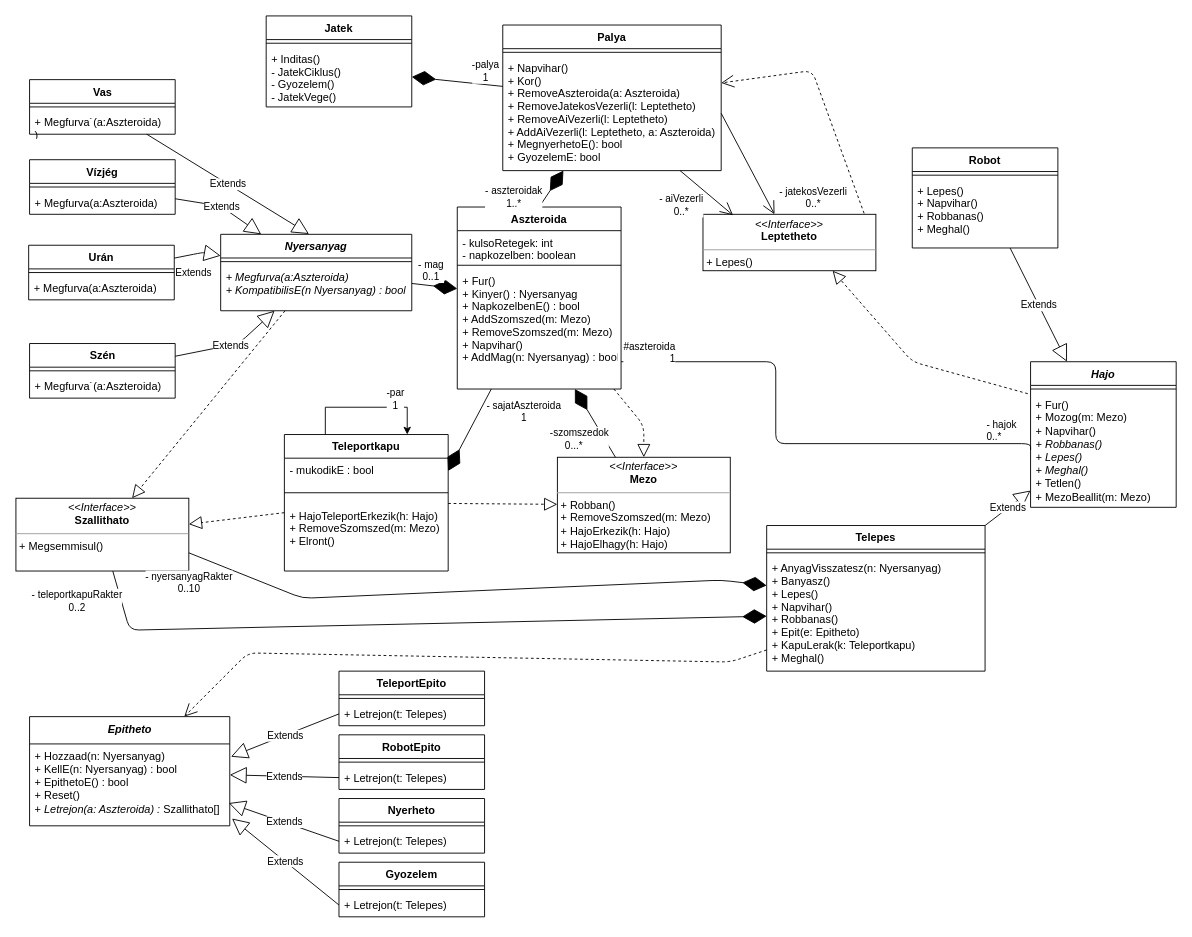
Before: page "Page-1" (1 of 2) of doc/uml/class.drawio in torpeBoiGo/aszteroidabanyaszat, a draw.io diagram. Source tidied: cells renumbered, new cells numbered last; positions are measured from the earlier drawing's top-left corner, leaving out a move shared by most shapes. Both pictures are drawn from the tidied source at 91%, with x=0, y=0 at pixel (15, 15).
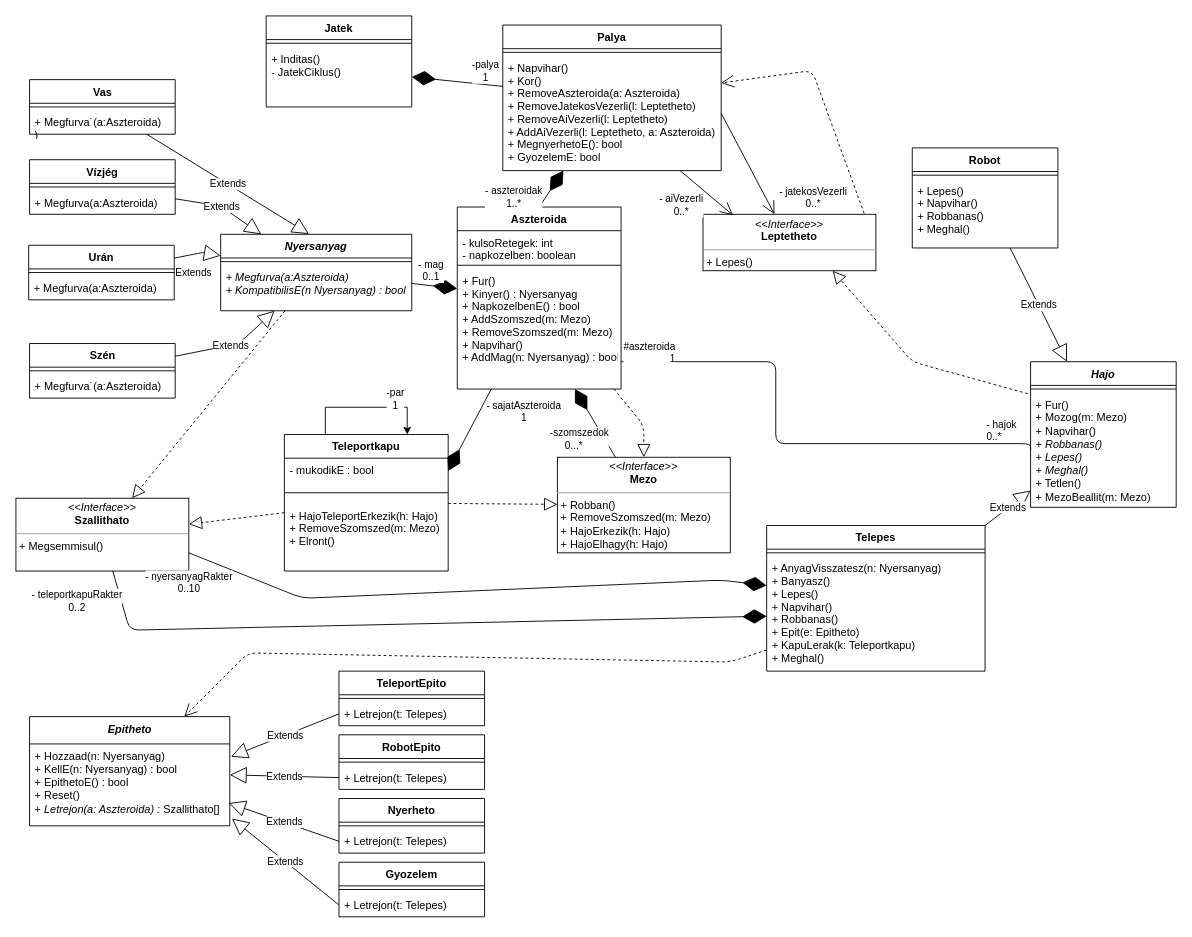
Above is the later version.

Commit message:
Gyozelem() - JatekVege(), kiszedve

Unchanged cells that the change refers to:
```xml
<mxCell id="2" value="Jatek" style="swimlane;fontStyle=1;align=center;verticalAlign=top;horizontal=1;startSize=26;" parent="1" vertex="1">
  <mxGeometry x="275" width="160" height="100" as="geometry" />
</mxCell>
```

Change to the diagram source:
```diff
@@
-    <mxCell id="4" value="+ Inditas()&#10;- JatekCiklus()&#10;- Gyozelem()&#10;- JatekVege()" style="text;strokeColor=none;fillColor=none;align=left;verticalAlign=top;spacingLeft=4;spacingRight=4;overflow=hidden;points=[[0,0.5],[1,0.5]];portConstraint=eastwest;" parent="2" vertex="1">
+    <mxCell id="4" value="+ Inditas()&#10;- JatekCiklus()" style="text;strokeColor=none;fillColor=none;align=left;verticalAlign=top;spacingLeft=4;spacingRight=4;overflow=hidden;points=[[0,0.5],[1,0.5]];portConstraint=eastwest;" parent="2" vertex="1">
       <mxGeometry y="34" width="160" height="66" as="geometry" />
     </mxCell>
```
